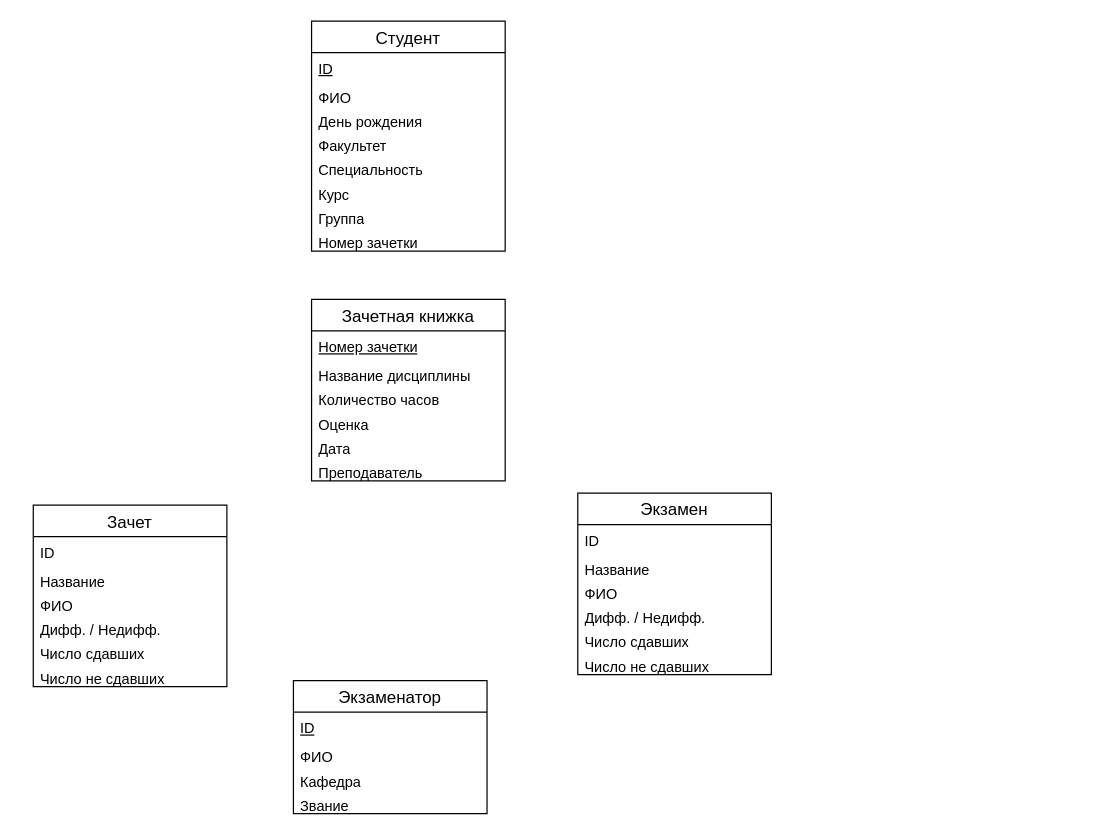
Before: Martin.drawio in LisaShymkovich/BSU_DBMS_Lab_4, a draw.io diagram. Source tidied: cells renumbered, new cells numbered last; positions are measured from the earlier drawing's top-left corner, leaving out a move shared by most shapes. Both pictures are drawn from the tidied source at 121%, with x=0, y=0 at pixel (33, 21).
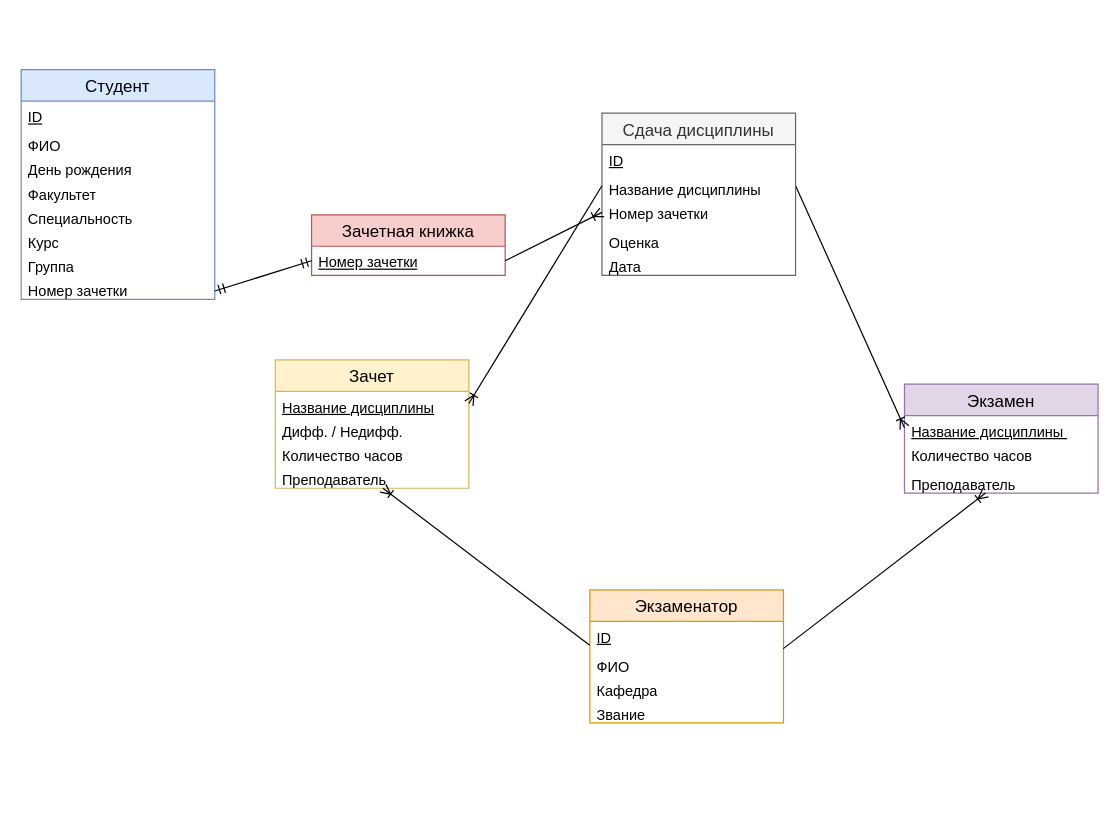
Above is the later version.

The change refers to these unchanged cells:
```xml
<mxCell id="12" value="&lt;u&gt;Номер зачетки&lt;/u&gt;" style="text;strokeColor=none;fillColor=none;spacingLeft=4;spacingRight=4;overflow=hidden;points=[[0,0.5],[1,0.5]];portConstraint=eastwest;fontSize=12;whiteSpace=wrap;html=1;" parent="11" vertex="1">
  <mxGeometry y="26" width="160" height="24" as="geometry" />
</mxCell>
<mxCell id="33" value="&lt;u&gt;ID&lt;/u&gt;" style="text;strokeColor=none;fillColor=none;spacingLeft=4;spacingRight=4;overflow=hidden;points=[[0,0.5],[1,0.5]];portConstraint=eastwest;fontSize=12;whiteSpace=wrap;html=1;" parent="32" vertex="1">
  <mxGeometry y="26" width="160" height="24" as="geometry" />
</mxCell>
```

What changed in the source:
```diff
@@
-    <mxCell id="2" value="Студент" style="swimlane;fontStyle=0;horizontal=1;startSize=26;align=center;fontSize=14;" parent="1" vertex="1">
-      <mxGeometry x="230" width="160" height="190" as="geometry" />
+    <mxCell id="2" value="Студент" style="swimlane;fontStyle=0;horizontal=1;startSize=26;align=center;fontSize=14;fillColor=#dae8fc;strokeColor=#6c8ebf;" parent="1" vertex="1">
+      <mxGeometry x="-10" y="40" width="160" height="190" as="geometry" />
     </mxCell>
@@
-    <mxCell id="11" value="Зачетная книжка" style="swimlane;fontStyle=0;horizontal=1;startSize=26;align=center;fontSize=14;" parent="1" vertex="1">
-      <mxGeometry x="230" y="230" width="160" height="150" as="geometry" />
+    <mxCell id="11" value="Зачетная книжка" style="swimlane;fontStyle=0;horizontal=1;startSize=26;align=center;fontSize=14;fillColor=#f8cecc;strokeColor=#b85450;" parent="1" vertex="1">
+      <mxGeometry x="230" y="160" width="160" height="50" as="geometry" />
     </mxCell>
@@
-    <mxCell id="13" value="Название дисциплины" style="text;strokeColor=none;fillColor=none;spacingLeft=4;spacingRight=4;overflow=hidden;points=[[0,0.5],[1,0.5]];portConstraint=eastwest;fontSize=12;whiteSpace=wrap;html=1;" parent="11" vertex="1">
-      <mxGeometry y="50" width="160" height="20" as="geometry" />
-    </mxCell>
-    <mxCell id="14" value="Количество часов" style="text;strokeColor=none;fillColor=none;spacingLeft=4;spacingRight=4;overflow=hidden;fontSize=12;whiteSpace=wrap;html=1;" parent="11" vertex="1">
-      <mxGeometry y="70" width="160" height="20" as="geometry" />
-    </mxCell>
-    <mxCell id="15" value="Оценка" style="text;strokeColor=none;fillColor=none;spacingLeft=4;spacingRight=4;overflow=hidden;fontSize=12;whiteSpace=wrap;html=1;" parent="11" vertex="1">
-      <mxGeometry y="90" width="160" height="20" as="geometry" />
-    </mxCell>
-    <mxCell id="16" value="Дата" style="text;strokeColor=none;fillColor=none;spacingLeft=4;spacingRight=4;overflow=hidden;fontSize=12;whiteSpace=wrap;html=1;" parent="11" vertex="1">
-      <mxGeometry y="110" width="160" height="20" as="geometry" />
-    </mxCell>
-    <mxCell id="17" value="Преподаватель" style="text;strokeColor=none;fillColor=none;spacingLeft=4;spacingRight=4;overflow=hidden;fontSize=12;whiteSpace=wrap;html=1;" parent="11" vertex="1">
-      <mxGeometry y="130" width="160" height="20" as="geometry" />
-    </mxCell>
-    <mxCell id="18" value="Зачет" style="swimlane;fontStyle=0;horizontal=1;startSize=26;align=center;fontSize=14;" parent="1" vertex="1">
-      <mxGeometry y="400" width="160" height="150" as="geometry" />
+    <mxCell id="18" value="Зачет" style="swimlane;fontStyle=0;horizontal=1;startSize=26;align=center;fontSize=14;fillColor=#fff2cc;strokeColor=#d6b656;" parent="1" vertex="1">
+      <mxGeometry x="200" y="280" width="160" height="106" as="geometry" />
     </mxCell>
-    <mxCell id="19" value="ID" style="text;strokeColor=none;fillColor=none;spacingLeft=4;spacingRight=4;overflow=hidden;fontSize=12;whiteSpace=wrap;html=1;" parent="18" vertex="1">
-      <mxGeometry y="26" width="160" height="24" as="geometry" />
-    </mxCell>
-    <mxCell id="20" value="Название&amp;nbsp;" style="text;strokeColor=none;fillColor=none;spacingLeft=4;spacingRight=4;overflow=hidden;points=[[0,0.5],[1,0.5]];portConstraint=eastwest;fontSize=12;whiteSpace=wrap;html=1;" parent="18" vertex="1">
-      <mxGeometry y="50" width="160" height="20" as="geometry" />
+    <mxCell id="20" value="&lt;u&gt;Название дисциплины&lt;/u&gt;" style="text;strokeColor=none;fillColor=none;spacingLeft=4;spacingRight=4;overflow=hidden;points=[[0,0.5],[1,0.5]];portConstraint=eastwest;fontSize=12;whiteSpace=wrap;html=1;" parent="18" vertex="1">
+      <mxGeometry y="26" width="160" height="20" as="geometry" />
     </mxCell>
+    <mxCell id="22" value="Дифф. / Недифф." style="text;strokeColor=none;fillColor=none;spacingLeft=4;spacingRight=4;overflow=hidden;fontSize=12;whiteSpace=wrap;html=1;" parent="18" vertex="1">
+      <mxGeometry y="46" width="160" height="20" as="geometry" />
+    </mxCell>
+    <mxCell id="37" value="Количество часов" style="text;strokeColor=none;fillColor=none;spacingLeft=4;spacingRight=4;overflow=hidden;fontSize=12;whiteSpace=wrap;html=1;" parent="18" vertex="1">
+      <mxGeometry y="66" width="160" height="20" as="geometry" />
+    </mxCell>
-    <mxCell id="21" value="ФИО" style="text;strokeColor=none;fillColor=none;spacingLeft=4;spacingRight=4;overflow=hidden;points=[[0,0.5],[1,0.5]];portConstraint=eastwest;fontSize=12;whiteSpace=wrap;html=1;" parent="18" vertex="1">
-      <mxGeometry y="70" width="160" height="20" as="geometry" />
+    <mxCell id="21" value="Преподаватель" style="text;strokeColor=none;fillColor=none;spacingLeft=4;spacingRight=4;overflow=hidden;points=[[0,0.5],[1,0.5]];portConstraint=eastwest;fontSize=12;whiteSpace=wrap;html=1;" parent="18" vertex="1">
+      <mxGeometry y="86" width="160" height="20" as="geometry" />
     </mxCell>
-    <mxCell id="22" value="Дифф. / Недифф." style="text;strokeColor=none;fillColor=none;spacingLeft=4;spacingRight=4;overflow=hidden;fontSize=12;whiteSpace=wrap;html=1;" parent="18" vertex="1">
-      <mxGeometry y="90" width="160" height="20" as="geometry" />
-    </mxCell>
-    <mxCell id="23" value="Число сдавших" style="text;strokeColor=none;fillColor=none;spacingLeft=4;spacingRight=4;overflow=hidden;fontSize=12;whiteSpace=wrap;html=1;" parent="18" vertex="1">
-      <mxGeometry y="110" width="160" height="20" as="geometry" />
-    </mxCell>
-    <mxCell id="24" value="Число не сдавших" style="text;strokeColor=none;fillColor=none;spacingLeft=4;spacingRight=4;overflow=hidden;fontSize=12;whiteSpace=wrap;html=1;" parent="18" vertex="1">
-      <mxGeometry y="130" width="160" height="20" as="geometry" />
-    </mxCell>
-    <mxCell id="25" value="Экзамен" style="swimlane;fontStyle=0;horizontal=1;startSize=26;align=center;fontSize=14;" parent="1" vertex="1">
-      <mxGeometry x="450" y="390" width="160" height="150" as="geometry" />
+    <mxCell id="25" value="Экзамен" style="swimlane;fontStyle=0;horizontal=1;startSize=26;align=center;fontSize=14;fillColor=#e1d5e7;strokeColor=#9673a6;" parent="1" vertex="1">
+      <mxGeometry x="720" y="300" width="160" height="90" as="geometry" />
     </mxCell>
-    <mxCell id="26" value="ID" style="text;strokeColor=none;fillColor=none;spacingLeft=4;spacingRight=4;overflow=hidden;fontSize=12;whiteSpace=wrap;html=1;" parent="25" vertex="1">
-      <mxGeometry y="26" width="160" height="24" as="geometry" />
-    </mxCell>
-    <mxCell id="27" value="Название&amp;nbsp;" style="text;strokeColor=none;fillColor=none;spacingLeft=4;spacingRight=4;overflow=hidden;points=[[0,0.5],[1,0.5]];portConstraint=eastwest;fontSize=12;whiteSpace=wrap;html=1;" parent="25" vertex="1">
-      <mxGeometry y="50" width="160" height="20" as="geometry" />
+    <mxCell id="27" value="&lt;u&gt;Название дисциплины&amp;nbsp;&lt;/u&gt;" style="text;strokeColor=none;fillColor=none;spacingLeft=4;spacingRight=4;overflow=hidden;points=[[0,0.5],[1,0.5]];portConstraint=eastwest;fontSize=12;whiteSpace=wrap;html=1;" parent="25" vertex="1">
+      <mxGeometry y="26" width="160" height="20" as="geometry" />
     </mxCell>
+    <mxCell id="38" value="Количество часов" style="text;strokeColor=none;fillColor=none;spacingLeft=4;spacingRight=4;overflow=hidden;fontSize=12;whiteSpace=wrap;html=1;" parent="25" vertex="1">
+      <mxGeometry y="46" width="160" height="24" as="geometry" />
+    </mxCell>
-    <mxCell id="28" value="ФИО" style="text;strokeColor=none;fillColor=none;spacingLeft=4;spacingRight=4;overflow=hidden;points=[[0,0.5],[1,0.5]];portConstraint=eastwest;fontSize=12;whiteSpace=wrap;html=1;" parent="25" vertex="1">
+    <mxCell id="28" value="Преподаватель" style="text;strokeColor=none;fillColor=none;spacingLeft=4;spacingRight=4;overflow=hidden;points=[[0,0.5],[1,0.5]];portConstraint=eastwest;fontSize=12;whiteSpace=wrap;html=1;" parent="25" vertex="1">
       <mxGeometry y="70" width="160" height="20" as="geometry" />
     </mxCell>
-    <mxCell id="29" value="Дифф. / Недифф." style="text;strokeColor=none;fillColor=none;spacingLeft=4;spacingRight=4;overflow=hidden;fontSize=12;whiteSpace=wrap;html=1;" parent="25" vertex="1">
-      <mxGeometry y="90" width="160" height="20" as="geometry" />
-    </mxCell>
-    <mxCell id="30" value="Число сдавших" style="text;strokeColor=none;fillColor=none;spacingLeft=4;spacingRight=4;overflow=hidden;fontSize=12;whiteSpace=wrap;html=1;" parent="25" vertex="1">
-      <mxGeometry y="110" width="160" height="20" as="geometry" />
-    </mxCell>
-    <mxCell id="31" value="Число не сдавших" style="text;strokeColor=none;fillColor=none;spacingLeft=4;spacingRight=4;overflow=hidden;fontSize=12;whiteSpace=wrap;html=1;" parent="25" vertex="1">
-      <mxGeometry y="130" width="160" height="20" as="geometry" />
-    </mxCell>
-    <mxCell id="32" value="Экзаменатор" style="swimlane;fontStyle=0;horizontal=1;startSize=26;align=center;fontSize=14;" parent="1" vertex="1">
-      <mxGeometry x="215" y="545" width="160" height="110" as="geometry" />
+    <mxCell id="32" value="Экзаменатор" style="swimlane;fontStyle=0;horizontal=1;startSize=26;align=center;fontSize=14;fillColor=#ffe6cc;strokeColor=#d79b00;" parent="1" vertex="1">
+      <mxGeometry x="460" y="470" width="160" height="110" as="geometry" />
     </mxCell>
@@
+    <mxCell id="39" style="fontSize=12;html=1;endArrow=ERmandOne;startArrow=ERmandOne;rounded=0;exitX=0;exitY=0.5;exitDx=0;exitDy=0;" parent="1" edge="1" source="12">
+      <mxGeometry relative="1" as="geometry">
+        <mxPoint x="150" y="223" as="targetPoint" />
+      </mxGeometry>
+    </mxCell>
+    <mxCell id="40" style="fontSize=12;html=1;endArrow=ERoneToMany;rounded=0;entryX=0;entryY=0.5;entryDx=0;entryDy=0;exitX=1;exitY=0.5;exitDx=0;exitDy=0;" parent="1" edge="1" source="13" target="27">
+      <mxGeometry relative="1" as="geometry" />
+    </mxCell>
+    <mxCell id="41" style="fontSize=12;html=1;endArrow=ERoneToMany;rounded=0;exitX=-0.001;exitY=0.821;exitDx=0;exitDy=0;exitPerimeter=0;entryX=0.556;entryY=1;entryDx=0;entryDy=0;entryPerimeter=0;" parent="1" edge="1" source="33" target="21">
+      <mxGeometry relative="1" as="geometry" />
+    </mxCell>
+    <mxCell id="42" style="fontSize=12;html=1;endArrow=ERoneToMany;rounded=0;exitX=0.999;exitY=0.94;exitDx=0;exitDy=0;exitPerimeter=0;" parent="1" edge="1" source="33" target="28">
+      <mxGeometry relative="1" as="geometry" />
+    </mxCell>
+    <mxCell id="43" value="Сдача дисциплины" style="swimlane;fontStyle=0;horizontal=1;startSize=26;align=center;fontSize=14;fillColor=#f5f5f5;strokeColor=#666666;fontColor=#333333;" parent="1" vertex="1">
+      <mxGeometry x="470" y="76" width="160" height="134" as="geometry" />
+    </mxCell>
+    <mxCell id="44" value="&lt;u&gt;ID&lt;/u&gt;" style="text;strokeColor=none;fillColor=none;spacingLeft=4;spacingRight=4;overflow=hidden;fontSize=12;whiteSpace=wrap;html=1;" parent="43" vertex="1">
+      <mxGeometry y="26" width="160" height="24" as="geometry" />
+    </mxCell>
+    <mxCell id="13" value="Название дисциплины" style="text;strokeColor=none;fillColor=none;spacingLeft=4;spacingRight=4;overflow=hidden;points=[[0,0.5],[1,0.5]];portConstraint=eastwest;fontSize=12;whiteSpace=wrap;html=1;" parent="43" vertex="1">
+      <mxGeometry y="50" width="160" height="20" as="geometry" />
+    </mxCell>
+    <mxCell id="45" value="Номер зачетки" style="text;strokeColor=none;fillColor=none;spacingLeft=4;spacingRight=4;overflow=hidden;points=[[0,0.5],[1,0.5]];portConstraint=eastwest;fontSize=12;whiteSpace=wrap;html=1;" parent="43" vertex="1">
+      <mxGeometry y="70" width="160" height="24" as="geometry" />
+    </mxCell>
+    <mxCell id="15" value="Оценка" style="text;strokeColor=none;fillColor=none;spacingLeft=4;spacingRight=4;overflow=hidden;fontSize=12;whiteSpace=wrap;html=1;" parent="43" vertex="1">
+      <mxGeometry y="94" width="160" height="20" as="geometry" />
+    </mxCell>
+    <mxCell id="16" value="Дата" style="text;strokeColor=none;fillColor=none;spacingLeft=4;spacingRight=4;overflow=hidden;fontSize=12;whiteSpace=wrap;html=1;" parent="43" vertex="1">
+      <mxGeometry y="114" width="160" height="20" as="geometry" />
+    </mxCell>
+    <mxCell id="46" style="fontSize=12;html=1;endArrow=ERoneToMany;rounded=0;entryX=1;entryY=0.5;entryDx=0;entryDy=0;exitX=0;exitY=0.5;exitDx=0;exitDy=0;" parent="1" edge="1" source="13" target="20">
+      <mxGeometry relative="1" as="geometry" />
+    </mxCell>
+    <mxCell id="47" style="fontSize=12;html=1;endArrow=ERoneToMany;rounded=0;entryX=0;entryY=0.5;entryDx=0;entryDy=0;exitX=1;exitY=0.5;exitDx=0;exitDy=0;" parent="1" edge="1" source="12" target="45">
+      <mxGeometry relative="1" as="geometry" />
+    </mxCell>
```
